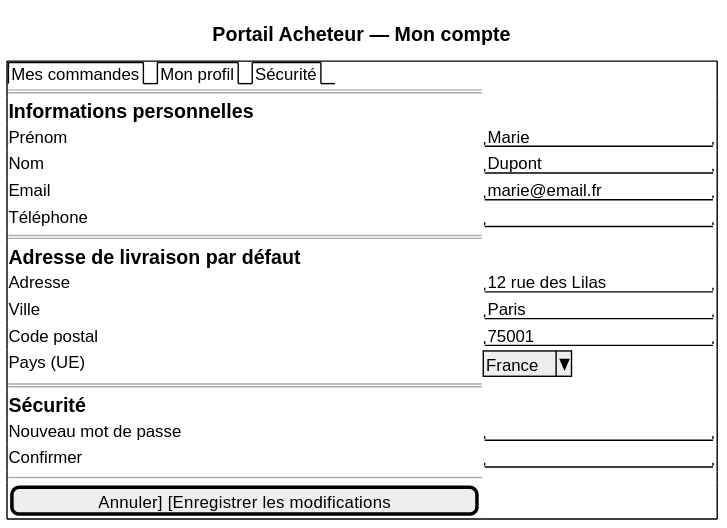
Earlier version of the PlantUML export architecture/04-physical-architecture/diagrams/ihm-pa-mon-compte.svg (louistalvande/online_shop).
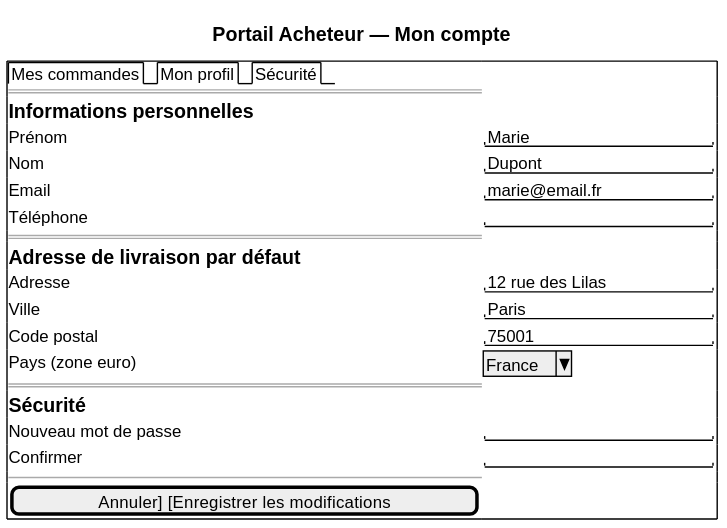
Above is the later version.

The edit, as a diff of the source:
```diff
@@ -14,7 +14,7 @@
   Adresse      | "12 rue des Lilas    "
   Ville        | "Paris               "
   Code postal  | "75001               "
-  Pays (UE)    | ^France^
+  Pays (zone euro)    | ^France^
   ==
   == Sécurité
   Nouveau mot de passe   | "                    "
```
